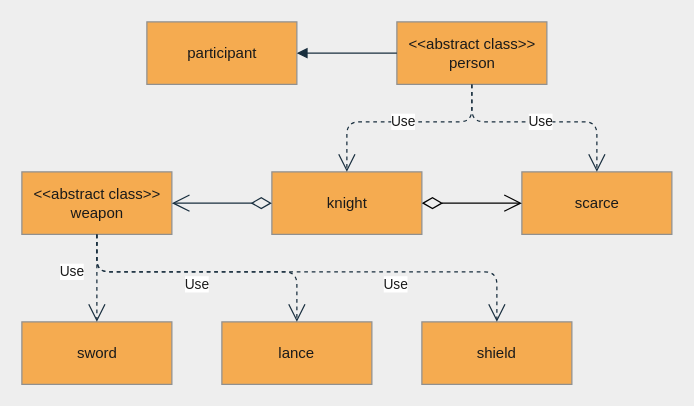
The draw.io diagram UML-tournament.drawio in SimonFurtm/tournament, before the edit. Source tidied: cells renumbered, new cells numbered last; positions are measured from the earlier drawing's top-left corner, leaving out a move shared by most shapes. Both pictures are drawn from the tidied source at 125%, with x=0, y=0 at pixel (21, 21).
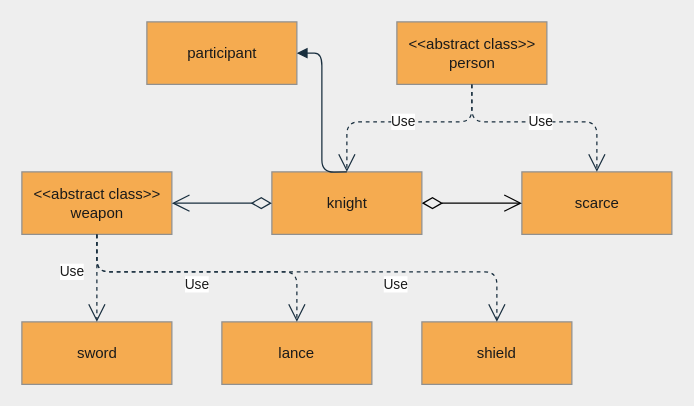
The same diagram, later.

Unchanged cells that the change refers to:
```xml
<mxCell id="2" value="&amp;lt;&amp;lt;abstract class&amp;gt;&amp;gt;&lt;br&gt;person" style="html=1;fillColor=#F5AB50;strokeColor=#909090;fontColor=#1A1A1A;" parent="1" vertex="1">
  <mxGeometry x="300" width="120" height="50" as="geometry" />
</mxCell>
<mxCell id="6" value="participant" style="html=1;fillColor=#F5AB50;strokeColor=#909090;fontColor=#1A1A1A;" parent="1" vertex="1">
  <mxGeometry x="100" width="120" height="50" as="geometry" />
</mxCell>
```

Diff of the diagram source:
```diff
@@
-    <mxCell id="12" style="endArrow=block;endFill=1;html=1;edgeStyle=orthogonalEdgeStyle;align=left;verticalAlign=top;rounded=1;sketch=0;fontColor=#1A1A1A;strokeColor=#182E3E;curved=0;entryX=1;entryY=0.5;entryDx=0;entryDy=0;exitX=0;exitY=0.5;exitDx=0;exitDy=0;" parent="1" edge="1" source="2" target="6">
-      <mxGeometry x="-1" relative="1" as="geometry" />
+    <mxCell id="12" style="endArrow=block;endFill=1;html=1;edgeStyle=orthogonalEdgeStyle;align=left;verticalAlign=top;rounded=1;sketch=0;fontColor=#1A1A1A;strokeColor=#182E3E;curved=0;entryX=1;entryY=0.5;entryDx=0;entryDy=0;" parent="1" edge="1" target="6">
+      <mxGeometry x="-1" relative="1" as="geometry">
+        <mxPoint x="260" y="120" as="sourcePoint" />
+      </mxGeometry>
     </mxCell>
```
